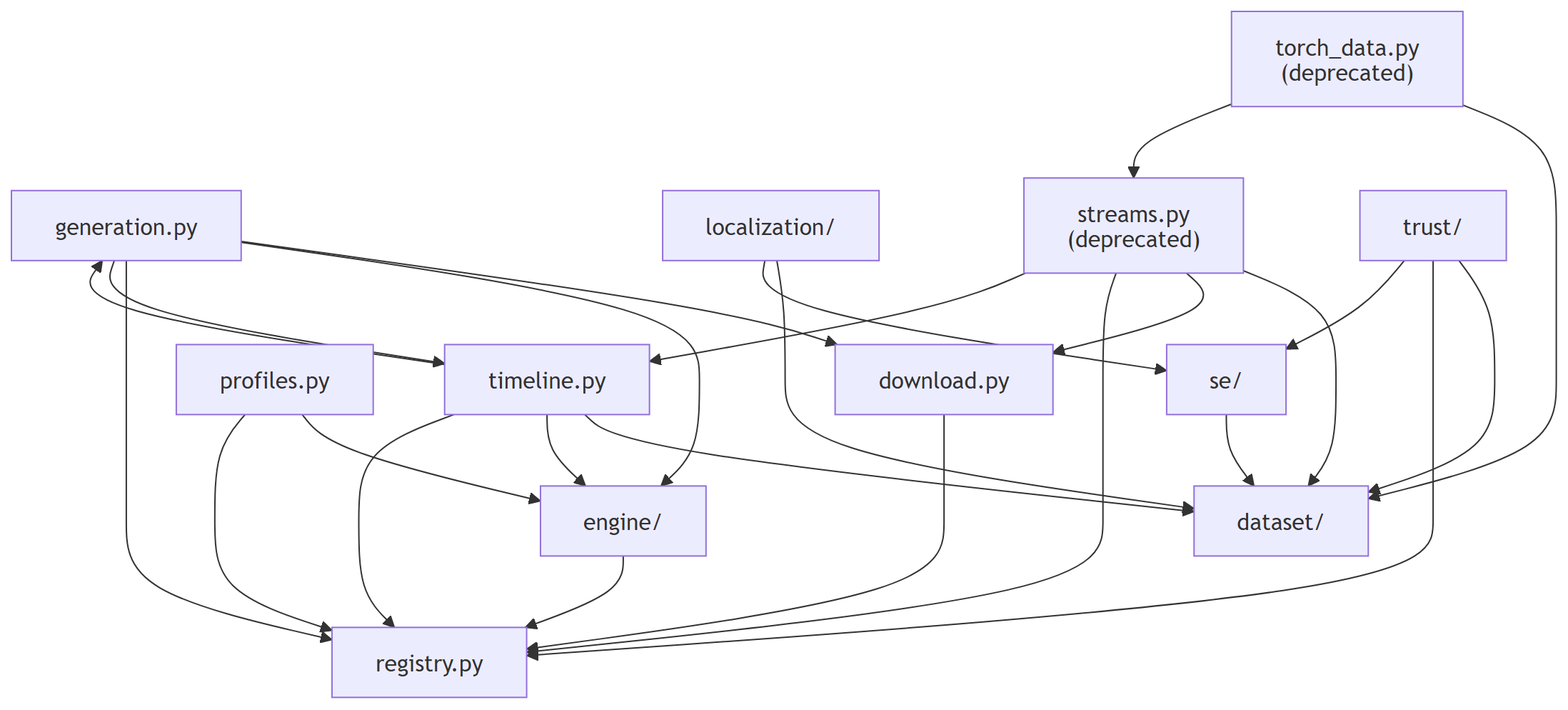
Before: docs/figures/diagrams/modules.png, a diagram exported from Mermaid (myersben9/fdia-graph). Its source is kept beside it as docs/figures/diagrams/modules.mmd.
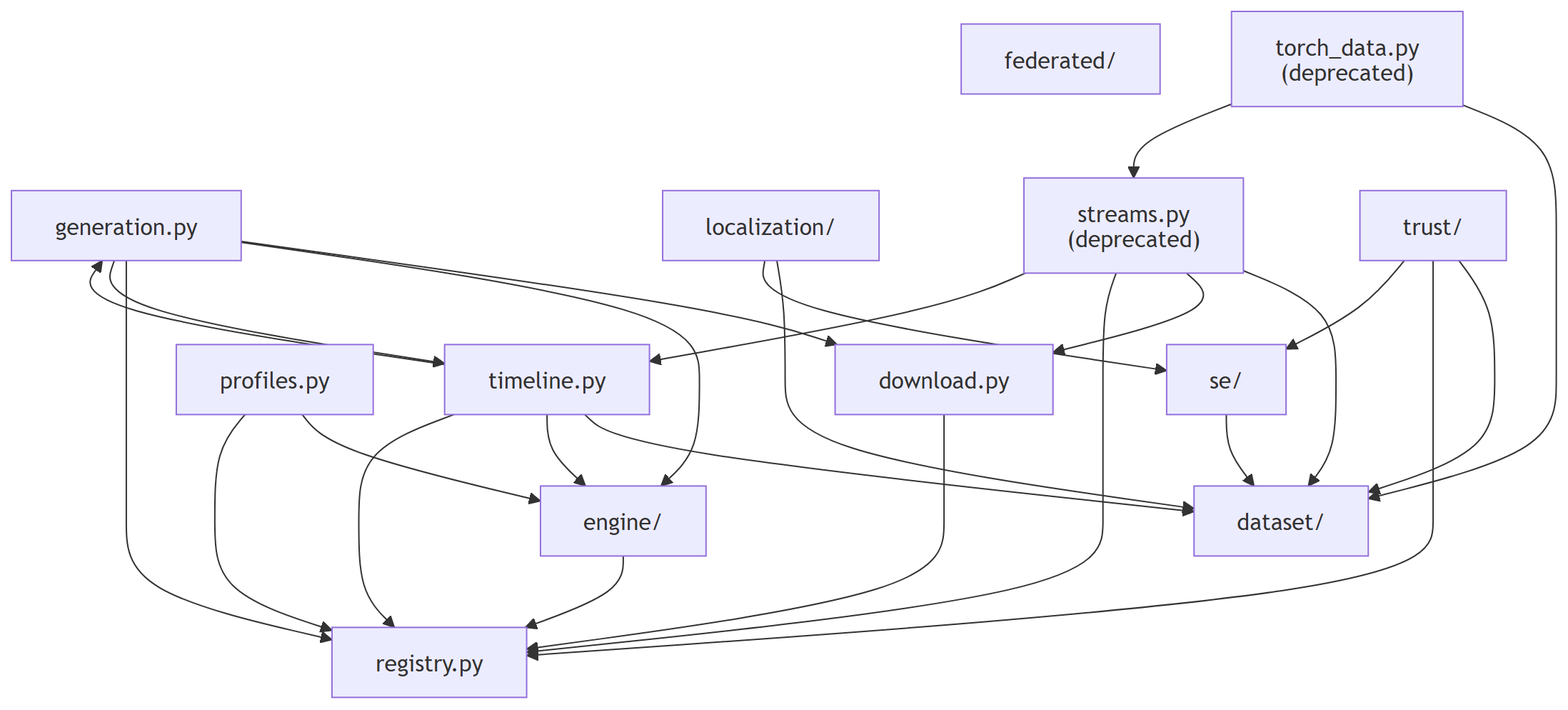
After the commit.

Diff of the diagram source:
```diff
@@ -2,6 +2,7 @@
     dataset["dataset/"]
     download["download.py"]
     engine["engine/"]
+    federated["federated/"]
     generation["generation.py"]
     localization["localization/"]
     profiles["profiles.py"]
```
